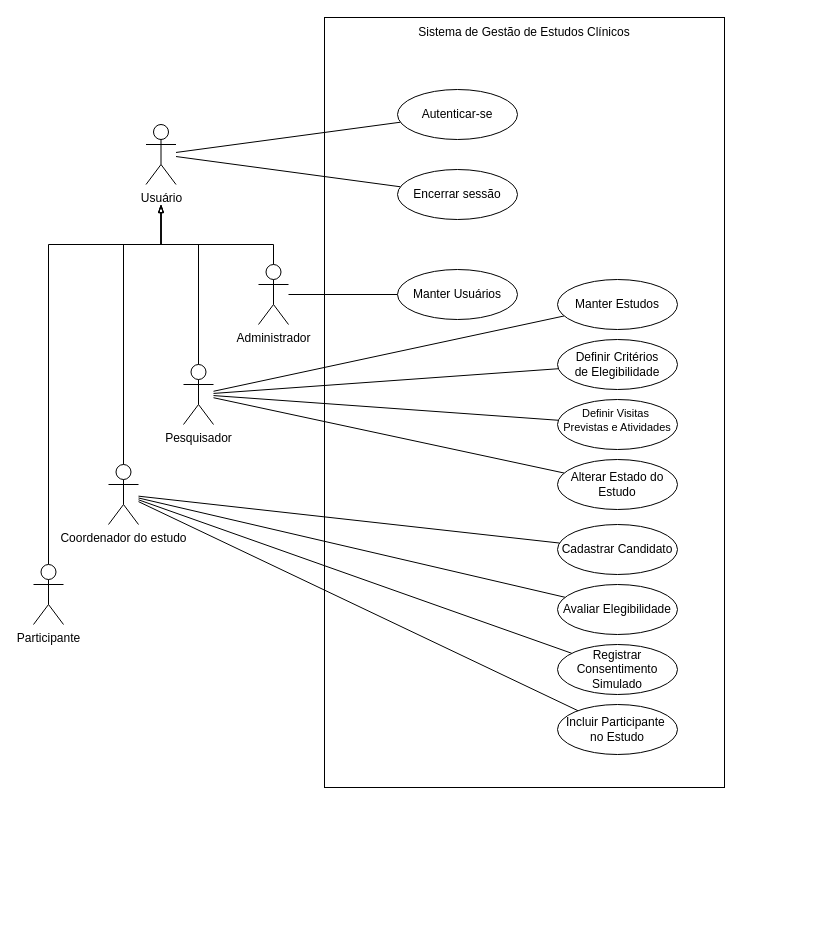
Before: docs/diagrams/casos-de-uso.drawio in livdenner/ClinicalStudyPB-project, a draw.io diagram. Source tidied: cells renumbered, new cells numbered last; positions are measured from the earlier drawing's top-left corner, leaving out a move shared by most shapes. Both pictures are drawn from the tidied source at 100%, with x=0, y=0 at pixel (33, 17).
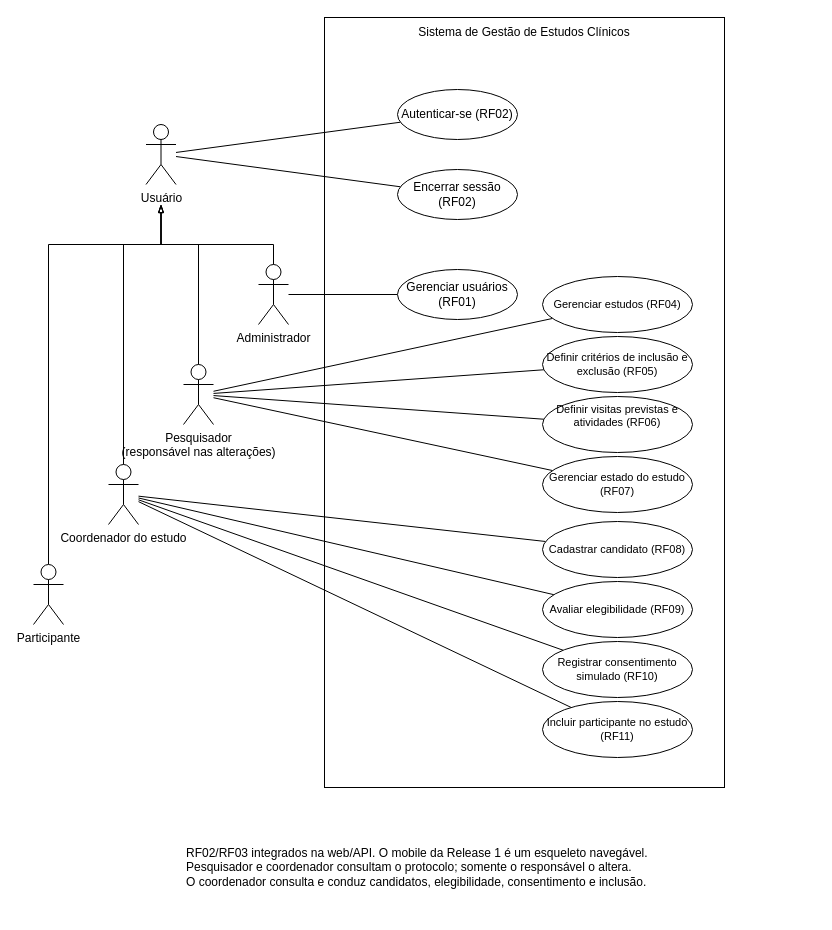
The same diagram, later.

What changed in the source:
```diff
@@
-    <mxCell id="19" value="Pesquisador" style="shape=umlActor;verticalLabelPosition=bottom;verticalAlign=top;html=1;" parent="1" vertex="1">
+    <mxCell id="19" value="Pesquisador&lt;br/&gt;(responsável nas alterações)" style="shape=umlActor;verticalLabelPosition=bottom;verticalAlign=top;html=1;" parent="1" vertex="1">
       <mxGeometry x="150" y="347" width="30" height="60" as="geometry" />
     </mxCell>
@@
-    <mxCell id="23" value="Autenticar-se" style="ellipse;whiteSpace=wrap;html=1;" parent="1" vertex="1">
+    <mxCell id="23" value="Autenticar-se (RF02)" style="ellipse;whiteSpace=wrap;html=1;fontSize=12;" parent="1" vertex="1">
       <mxGeometry x="364" y="72" width="120" height="50" as="geometry" />
     </mxCell>
-    <mxCell id="24" value="Encerrar sessão" style="ellipse;whiteSpace=wrap;html=1;" parent="1" vertex="1">
+    <mxCell id="24" value="Encerrar sessão (RF02)" style="ellipse;whiteSpace=wrap;html=1;fontSize=12;" parent="1" vertex="1">
       <mxGeometry x="364" y="152" width="120" height="50" as="geometry" />
     </mxCell>
-    <mxCell id="25" value="Manter Usuários" style="ellipse;whiteSpace=wrap;html=1;" parent="1" vertex="1">
+    <mxCell id="25" value="Gerenciar usuários (RF01)" style="ellipse;whiteSpace=wrap;html=1;fontSize=12;" parent="1" vertex="1">
       <mxGeometry x="364" y="252" width="120" height="50" as="geometry" />
     </mxCell>
-    <mxCell id="26" value="Manter Estudos" style="ellipse;whiteSpace=wrap;html=1;" parent="1" vertex="1">
-      <mxGeometry x="524" y="262" width="120" height="50" as="geometry" />
+    <mxCell id="26" value="Gerenciar estudos (RF04)" style="ellipse;whiteSpace=wrap;html=1;fontSize=12;fontSize=11;" parent="1" vertex="1">
+      <mxGeometry x="509" y="259" width="150" height="56" as="geometry" />
     </mxCell>
-    <mxCell id="27" value="Definir Critérios&lt;div&gt;de Elegibilidade&lt;/div&gt;" style="ellipse;whiteSpace=wrap;html=1;" parent="1" vertex="1">
-      <mxGeometry x="524" y="322" width="120" height="50" as="geometry" />
+    <mxCell id="27" value="Definir critérios de inclusão e exclusão (RF05)" style="ellipse;whiteSpace=wrap;html=1;fontSize=12;fontSize=11;" parent="1" vertex="1">
+      <mxGeometry x="509" y="319" width="150" height="56" as="geometry" />
     </mxCell>
-    <mxCell id="28" value="&lt;font style=&quot;font-size: 11px;&quot;&gt;Definir Visitas&amp;nbsp;&lt;/font&gt;&lt;div&gt;&lt;font style=&quot;font-size: 11px;&quot;&gt;Previstas e Atividades&lt;/font&gt;&lt;/div&gt;" style="ellipse;whiteSpace=wrap;html=1;verticalAlign=top;" parent="1" vertex="1">
-      <mxGeometry x="524" y="382" width="120" height="50" as="geometry" />
+    <mxCell id="28" value="Definir visitas previstas e atividades (RF06)" style="ellipse;whiteSpace=wrap;html=1;verticalAlign=top;fontSize=12;fontSize=11;" parent="1" vertex="1">
+      <mxGeometry x="509" y="379" width="150" height="56" as="geometry" />
     </mxCell>
-    <mxCell id="29" value="Alterar Estado do Estudo" style="ellipse;whiteSpace=wrap;html=1;" parent="1" vertex="1">
-      <mxGeometry x="524" y="442" width="120" height="50" as="geometry" />
+    <mxCell id="29" value="Gerenciar estado do estudo (RF07)" style="ellipse;whiteSpace=wrap;html=1;fontSize=12;fontSize=11;" parent="1" vertex="1">
+      <mxGeometry x="509" y="439" width="150" height="56" as="geometry" />
     </mxCell>
-    <mxCell id="30" value="Cadastrar Candidato" style="ellipse;whiteSpace=wrap;html=1;" parent="1" vertex="1">
-      <mxGeometry x="524" y="507" width="120" height="50" as="geometry" />
+    <mxCell id="30" value="Cadastrar candidato (RF08)" style="ellipse;whiteSpace=wrap;html=1;fontSize=12;fontSize=11;" parent="1" vertex="1">
+      <mxGeometry x="509" y="504" width="150" height="56" as="geometry" />
     </mxCell>
-    <mxCell id="31" value="Avaliar Elegibilidade" style="ellipse;whiteSpace=wrap;html=1;" parent="1" vertex="1">
-      <mxGeometry x="524" y="567" width="120" height="50" as="geometry" />
+    <mxCell id="31" value="Avaliar elegibilidade (RF09)" style="ellipse;whiteSpace=wrap;html=1;fontSize=12;fontSize=11;" parent="1" vertex="1">
+      <mxGeometry x="509" y="564" width="150" height="56" as="geometry" />
     </mxCell>
-    <mxCell id="32" value="Registrar Consentimento Simulado" style="ellipse;whiteSpace=wrap;html=1;" parent="1" vertex="1">
-      <mxGeometry x="524" y="627" width="120" height="50" as="geometry" />
+    <mxCell id="32" value="Registrar consentimento simulado (RF10)" style="ellipse;whiteSpace=wrap;html=1;fontSize=12;fontSize=11;" parent="1" vertex="1">
+      <mxGeometry x="509" y="624" width="150" height="56" as="geometry" />
     </mxCell>
-    <mxCell id="33" value="Incluir Participante&amp;nbsp;&lt;div&gt;no Estudo&lt;/div&gt;" style="ellipse;whiteSpace=wrap;html=1;" parent="1" vertex="1">
-      <mxGeometry x="524" y="687" width="120" height="50" as="geometry" />
+    <mxCell id="33" value="Incluir participante no estudo (RF11)" style="ellipse;whiteSpace=wrap;html=1;fontSize=12;fontSize=11;" parent="1" vertex="1">
+      <mxGeometry x="509" y="684" width="150" height="56" as="geometry" />
     </mxCell>
@@
+    <mxCell id="35" value="RF02/RF03 integrados na web/API. O mobile da Release 1 é um esqueleto navegável.&lt;br/&gt;Pesquisador e coordenador consultam o protocolo; somente o responsável o altera.&lt;br/&gt;O coordenador consulta e conduz candidatos, elegibilidade, consentimento e inclusão." style="text;html=1;whiteSpace=wrap;align=left;verticalAlign=middle;fontColor=#000000;fontSize=15;fontSize=12;" parent="1" vertex="1">
+      <mxGeometry x="151" y="805" width="630" height="90" as="geometry" />
+    </mxCell>
```
